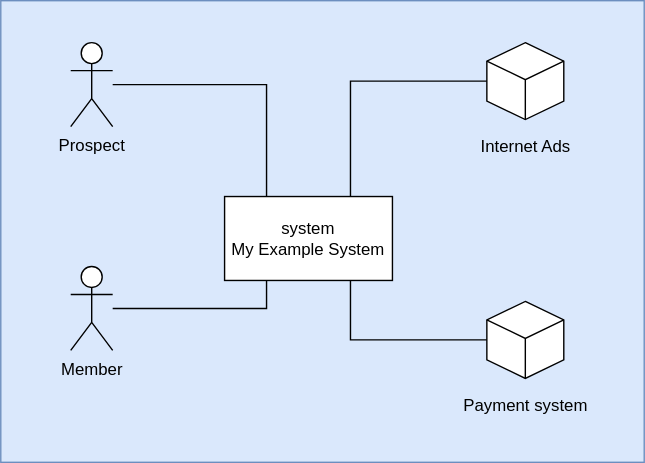
smartkanak/markdown-doc keeps this draw.io diagram as documentation/diagrams/Systemcontext-diagram.svg. Above is the earlier version. Source tidied: cells renumbered, new cells last; positions are measured from the earlier drawing's top-left corner, leaving out a move shared by most shapes.
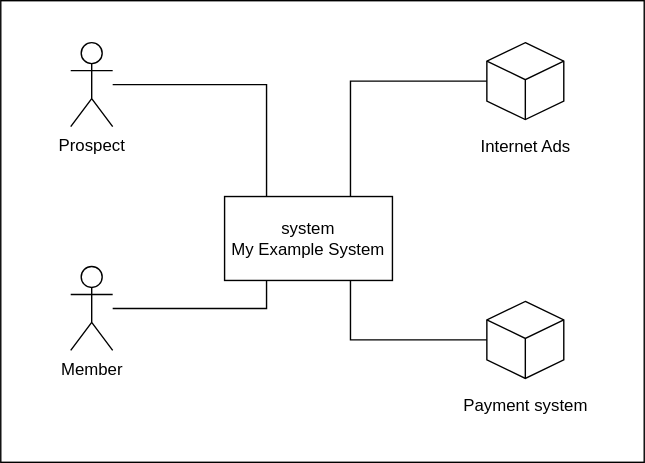
The same diagram one commit later.

Commit message:
change diagram bg to white with border

Diff of the diagram source:
```diff
@@ -2,7 +2,7 @@
   <root>
     <mxCell id="0" />
     <mxCell id="1" parent="0" />
-    <mxCell id="2" style="rounded=0;whiteSpace=wrap;html=1;strokeColor=#6c8ebf;fillColor=#dae8fc;fillStyle=solid;" parent="1" vertex="1">
+    <mxCell id="2" value="gita" style="rounded=0;whiteSpace=wrap;html=1;fillStyle=solid;" parent="1" vertex="1">
       <mxGeometry width="460" height="330" as="geometry" />
     </mxCell>
     <mxCell id="3" value="system&lt;br&gt;My Example System" style="rounded=0;whiteSpace=wrap;html=1;" parent="1" vertex="1">
```
